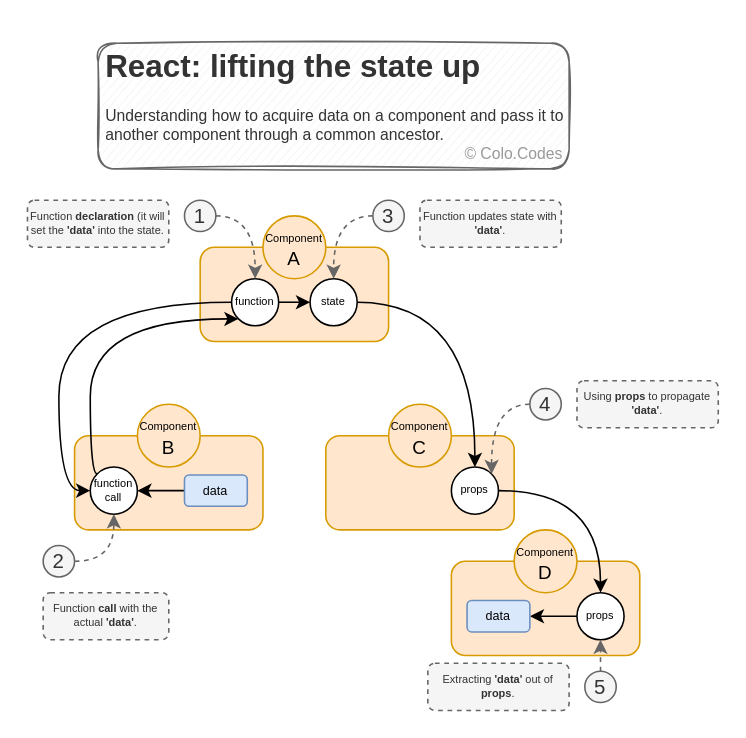
Before: 01-my-react-files/06-project-book-collector/Lifting state up.drawio in Colo-Codes/react-the-complete-guide-course-code, a draw.io diagram. Source tidied: cells renumbered, new cells numbered last; positions are measured from the earlier drawing's top-left corner, leaving out a move shared by most shapes. Both pictures are drawn from the tidied source at 157%, with x=0, y=0 at pixel (27, 42).
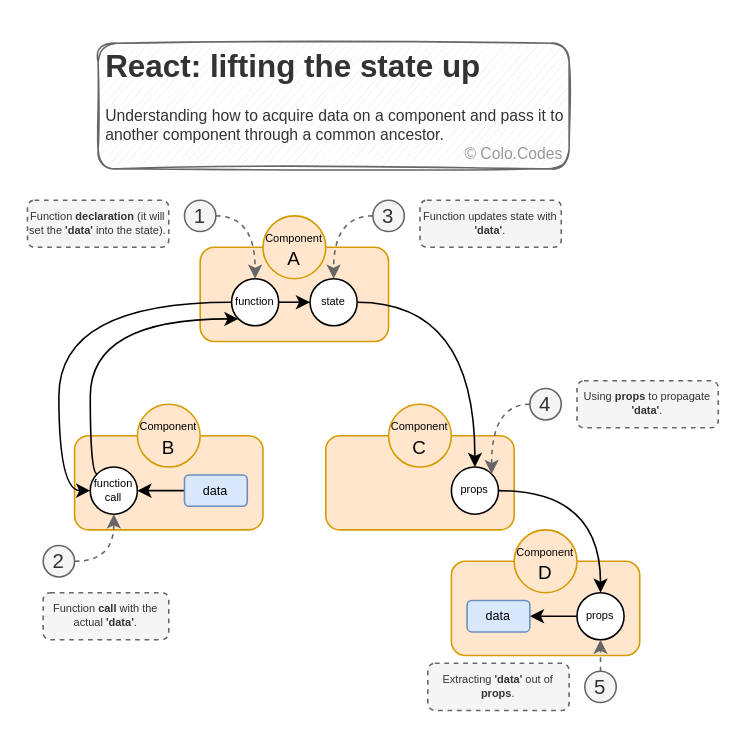
The same diagram, later.

Change to the diagram source:
```diff
@@
-    <mxCell id="8" value="&lt;span style=&quot;font-size: 7px&quot;&gt;Function &lt;b&gt;declaration&lt;/b&gt;&amp;nbsp;(it will set the &lt;b&gt;'data'&lt;/b&gt; into the state.&lt;/span&gt;" style="rounded=1;whiteSpace=wrap;html=1;fontSize=7;fillColor=#f5f5f5;strokeColor=#666666;fontColor=#333333;dashed=1;" parent="1" vertex="1">
+    <mxCell id="8" value="&lt;span style=&quot;font-size: 7px&quot;&gt;Function &lt;b&gt;declaration&lt;/b&gt;&amp;nbsp;(it will set the &lt;b&gt;'data'&lt;/b&gt; into the state).&lt;/span&gt;" style="rounded=1;whiteSpace=wrap;html=1;fontSize=7;fillColor=#f5f5f5;strokeColor=#666666;fontColor=#333333;dashed=1;" parent="1" vertex="1">
       <mxGeometry y="100" width="90" height="30" as="geometry" />
     </mxCell>
```
